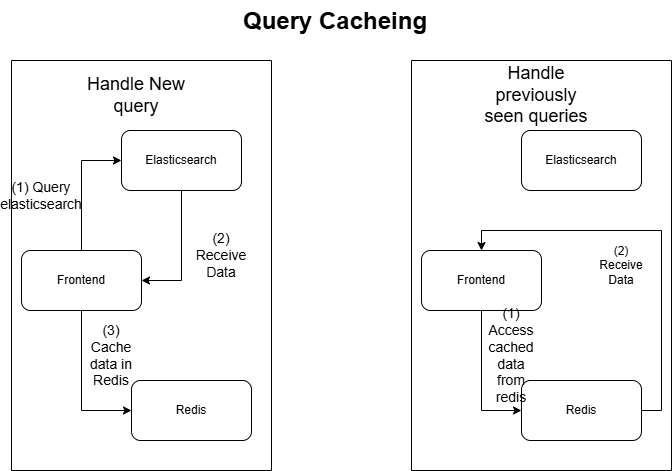
Before: diagrams/redis-cacheing.drawio.png, a diagram exported from draw.io (aNameNobodyChose/Ennetix-resume). Source tidied: cells renumbered, new cells last; positions are measured from the earlier drawing's top-left corner, leaving out a move shared by most shapes.
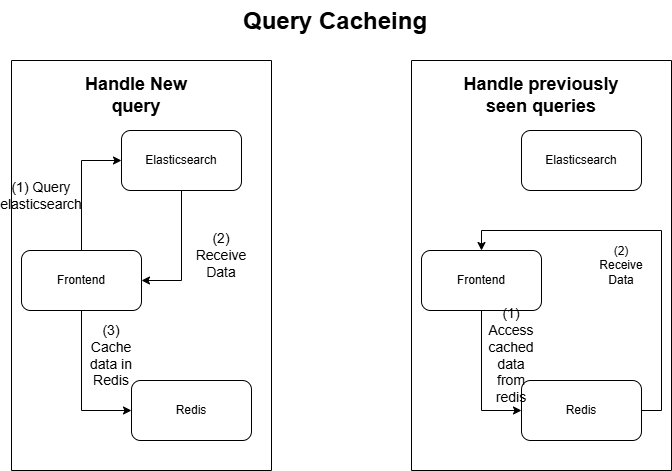
The same diagram one commit later.

What changed in the source:
```diff
@@ -5,7 +5,7 @@
     <mxCell id="2" style="swimlane;startSize=0;" parent="1" vertex="1">
       <mxGeometry y="60" width="260" height="410" as="geometry" />
     </mxCell>
-    <mxCell id="3" value="&lt;font style=&quot;font-size: 18px;&quot;&gt;Handle New query&lt;/font&gt;" style="text;html=1;align=center;verticalAlign=middle;whiteSpace=wrap;rounded=0;" parent="2" vertex="1">
+    <mxCell id="3" value="&lt;font style=&quot;font-size: 18px;&quot;&gt;&lt;b&gt;Handle New query&lt;/b&gt;&lt;/font&gt;" style="text;html=1;align=center;verticalAlign=middle;whiteSpace=wrap;rounded=0;" parent="2" vertex="1">
       <mxGeometry x="70" y="20" width="110" height="30" as="geometry" />
     </mxCell>
     <mxCell id="4" style="edgeStyle=orthogonalEdgeStyle;rounded=0;jettySize=auto;html=1;exitX=0.5;exitY=0;exitDx=0;exitDy=0;entryX=0;entryY=0.5;entryDx=0;entryDy=0;" parent="2" edge="1" source="6" target="8">
@@ -41,8 +41,8 @@
     <mxCell id="14" style="swimlane;startSize=0;" parent="1" vertex="1">
       <mxGeometry x="400" y="60" width="260" height="410" as="geometry" />
     </mxCell>
-    <mxCell id="15" value="&lt;font style=&quot;font-size: 18px;&quot;&gt;Handle previously seen queries&lt;/font&gt;" style="text;html=1;align=center;verticalAlign=middle;whiteSpace=wrap;rounded=0;" parent="14" vertex="1">
-      <mxGeometry x="70" y="20" width="110" height="30" as="geometry" />
+    <mxCell id="15" value="&lt;font style=&quot;font-size: 18px;&quot;&gt;&lt;b&gt;Handle previously seen queries&lt;/b&gt;&lt;/font&gt;" style="text;html=1;align=center;verticalAlign=middle;whiteSpace=wrap;rounded=0;" parent="14" vertex="1">
+      <mxGeometry x="50" y="20" width="160" height="30" as="geometry" />
     </mxCell>
     <mxCell id="16" style="edgeStyle=orthogonalEdgeStyle;rounded=0;jettySize=auto;html=1;exitX=0.5;exitY=1;exitDx=0;exitDy=0;entryX=0;entryY=0.5;entryDx=0;entryDy=0;" parent="14" edge="1" source="17" target="20">
       <mxGeometry relative="1" as="geometry" />
```
